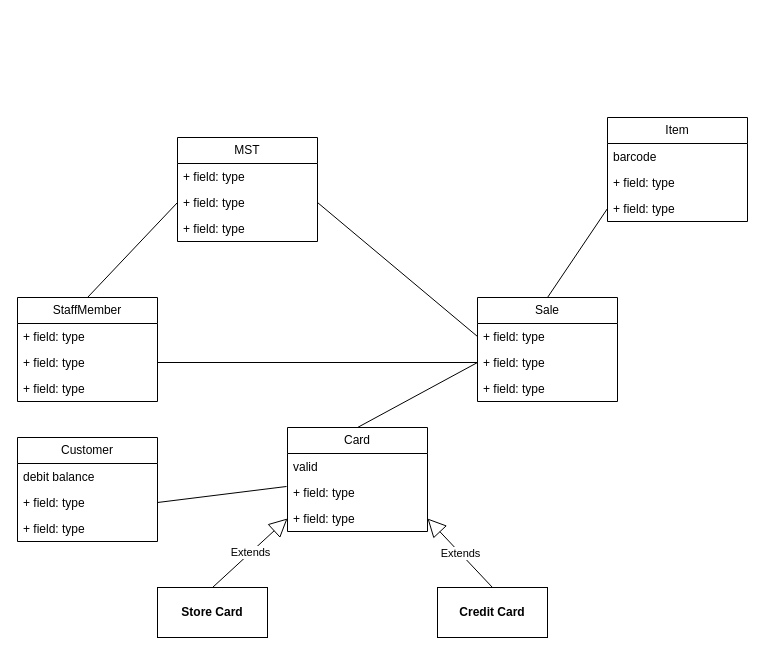
antonykimuom/SWEN30006-2025-SM1-workshop1-tuew05-14-00-team-12 keeps this draw.io diagram as workshop5-week6.drawio. Above is the earlier version. Source tidied: cells renumbered, new cells numbered last; positions are measured from the earlier drawing's top-left corner, leaving out a move shared by most shapes. Both pictures are drawn from the tidied source at 100%, with x=0, y=0 at pixel (17, 117).
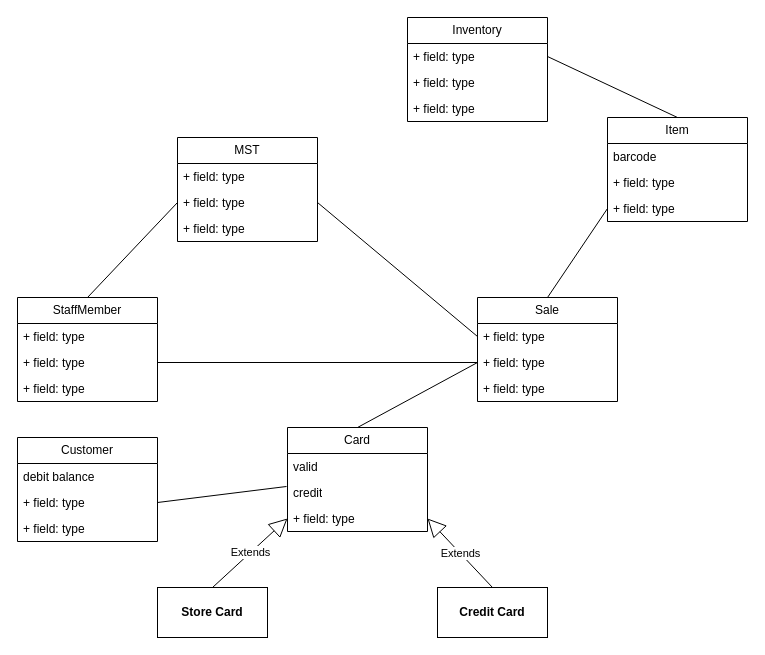
Above is the later version.

Commit message:
added new class attributes and relationships

The change refers to these unchanged cells:
```xml
<mxCell id="2" value="Item" style="swimlane;fontStyle=0;horizontal=1;startSize=26;fillColor=none;whiteSpace=wrap;html=1;" parent="1" vertex="1">
  <mxGeometry x="590" width="140" height="104" as="geometry" />
</mxCell>
<mxCell id="14" value="Card" style="swimlane;fontStyle=0;horizontal=1;startSize=26;fillColor=none;whiteSpace=wrap;html=1;" parent="1" vertex="1">
  <mxGeometry x="270" y="310" width="140" height="104" as="geometry" />
</mxCell>
```

Change to the diagram source:
```diff
@@
-    <mxCell id="16" value="+ field: type" style="text;strokeColor=none;fillColor=none;align=left;verticalAlign=top;spacingLeft=4;spacingRight=4;overflow=hidden;whiteSpace=wrap;html=1;" parent="14" vertex="1">
+    <mxCell id="16" value="credit" style="text;strokeColor=none;fillColor=none;align=left;verticalAlign=top;spacingLeft=4;spacingRight=4;overflow=hidden;whiteSpace=wrap;html=1;" parent="14" vertex="1">
       <mxGeometry y="52" width="140" height="26" as="geometry" />
     </mxCell>
@@
+    <mxCell id="36" value="Inventory" style="swimlane;fontStyle=0;horizontal=1;startSize=26;fillColor=none;whiteSpace=wrap;html=1;" parent="1" vertex="1">
+      <mxGeometry x="390" y="-100" width="140" height="104" as="geometry" />
+    </mxCell>
+    <mxCell id="37" value="+ field: type" style="text;strokeColor=none;fillColor=none;align=left;verticalAlign=top;spacingLeft=4;spacingRight=4;overflow=hidden;points=[[0,0.5],[1,0.5]];portConstraint=eastwest;whiteSpace=wrap;html=1;" parent="36" vertex="1">
+      <mxGeometry y="26" width="140" height="26" as="geometry" />
+    </mxCell>
+    <mxCell id="38" value="+ field: type" style="text;strokeColor=none;fillColor=none;align=left;verticalAlign=top;spacingLeft=4;spacingRight=4;overflow=hidden;whiteSpace=wrap;html=1;" parent="36" vertex="1">
+      <mxGeometry y="52" width="140" height="26" as="geometry" />
+    </mxCell>
+    <mxCell id="39" value="+ field: type" style="text;strokeColor=none;fillColor=none;align=left;verticalAlign=top;spacingLeft=4;spacingRight=4;overflow=hidden;whiteSpace=wrap;html=1;" parent="36" vertex="1">
+      <mxGeometry y="78" width="140" height="26" as="geometry" />
+    </mxCell>
+    <mxCell id="40" style="endArrow=none;html=1;rounded=0;entryX=1;entryY=0.5;entryDx=0;entryDy=0;exitX=0.5;exitY=0;exitDx=0;exitDy=0;" parent="1" edge="1" source="2" target="37">
+      <mxGeometry relative="1" as="geometry" />
+    </mxCell>
```
